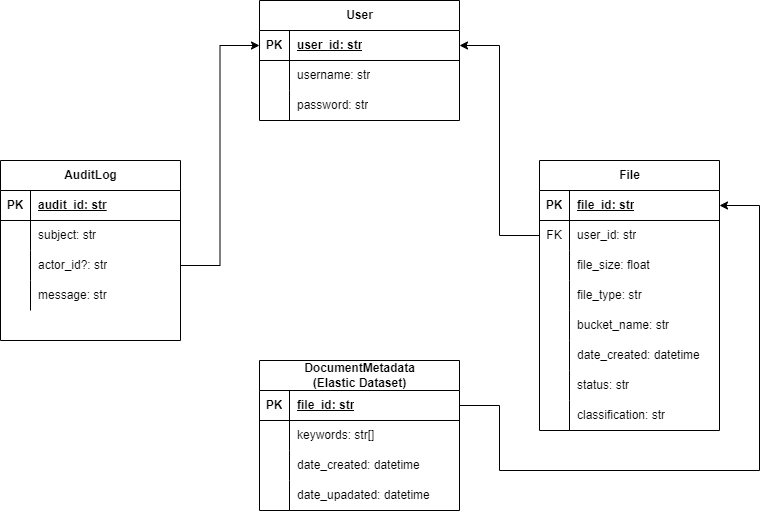
Earlier version of the draw.io export database_entities.png (Basem98/docusecure). Source tidied: cells renumbered, new cells last; positions are measured from the earlier drawing's top-left corner, leaving out a move shared by most shapes.
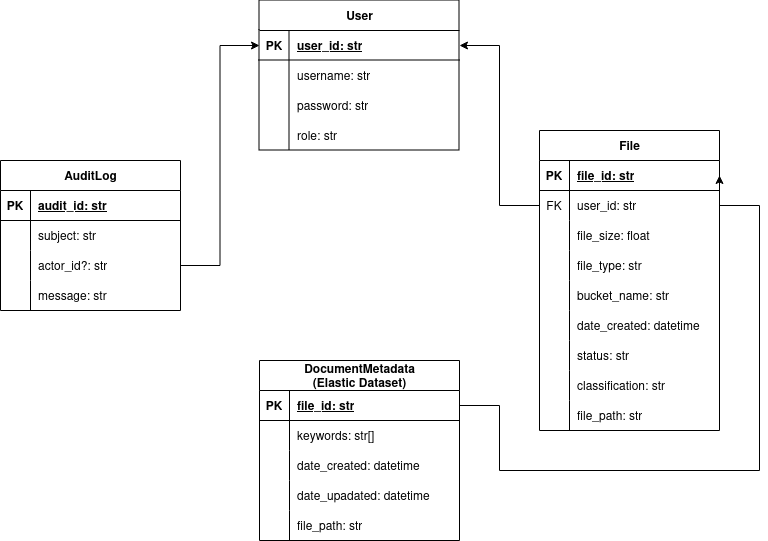
The same file after the commit.

Commit message:
docs: Update database entities design

The edit, as a diff of the source:
```diff
@@ -3,7 +3,7 @@
     <mxCell id="0" />
     <mxCell id="1" parent="0" />
     <mxCell id="2" value="User" style="shape=table;startSize=30;rowLines=0;fontStyle=1;align=center;html=1;" parent="1" vertex="1">
-      <mxGeometry x="259" width="200" height="120" as="geometry" />
+      <mxGeometry x="259" width="200" height="150" as="geometry" />
     </mxCell>
     <mxCell id="3" style="shape=tableRow;horizontal=0;startSize=0;swimlaneHead=0;swimlaneBody=0;fillColor=none;points=[[0,0.5],[1,0.5]];portConstraint=eastwest;top=0;left=0;right=0;bottom=1;" parent="2" vertex="1">
       <mxGeometry y="30" width="200" height="30" as="geometry" />
@@ -32,8 +32,17 @@
     <mxCell id="11" value="password: str" style="shape=partialRectangle;fillColor=none;top=0;left=0;bottom=0;right=0;align=left;spacingLeft=6;overflow=hidden;whiteSpace=wrap;html=1;" parent="9" vertex="1">
       <mxGeometry x="30" width="170" height="30" as="geometry" />
     </mxCell>
+    <mxCell id="66" style="shape=tableRow;horizontal=0;startSize=0;swimlaneHead=0;swimlaneBody=0;fillColor=none;top=0;left=0;right=0;bottom=0;" parent="2" vertex="1">
+      <mxGeometry y="120" width="200" height="30" as="geometry" />
+    </mxCell>
+    <mxCell id="67" style="shape=partialRectangle;fillColor=none;top=0;left=0;bottom=0;right=0;overflow=hidden;whiteSpace=wrap;html=1;" parent="66" vertex="1">
+      <mxGeometry width="30" height="30" as="geometry" />
+    </mxCell>
+    <mxCell id="68" value="role: str" style="shape=partialRectangle;fillColor=none;top=0;left=0;bottom=0;right=0;align=left;spacingLeft=6;overflow=hidden;whiteSpace=wrap;html=1;" parent="66" vertex="1">
+      <mxGeometry x="30" width="170" height="30" as="geometry" />
+    </mxCell>
     <mxCell id="12" value="File" style="shape=table;startSize=30;rowLines=0;fontStyle=1;align=center;html=1;" parent="1" vertex="1">
-      <mxGeometry x="539" y="160" width="180" height="270" as="geometry" />
+      <mxGeometry x="539" y="130" width="180" height="300" as="geometry" />
     </mxCell>
     <mxCell id="13" style="shape=tableRow;horizontal=0;startSize=0;swimlaneHead=0;swimlaneBody=0;fillColor=none;points=[[0,0.5],[1,0.5]];portConstraint=eastwest;top=0;left=0;right=0;bottom=1;" parent="12" vertex="1">
       <mxGeometry y="30" width="180" height="30" as="geometry" />
@@ -107,11 +116,20 @@
     <mxCell id="36" value="classification: str" style="shape=partialRectangle;fillColor=none;top=0;left=0;bottom=0;right=0;align=left;spacingLeft=6;overflow=hidden;whiteSpace=wrap;html=1;" parent="34" vertex="1">
       <mxGeometry x="30" width="150" height="30" as="geometry" />
     </mxCell>
+    <mxCell id="69" style="shape=tableRow;horizontal=0;startSize=0;swimlaneHead=0;swimlaneBody=0;fillColor=none;top=0;left=0;right=0;bottom=0;" parent="12" vertex="1">
+      <mxGeometry y="270" width="180" height="30" as="geometry" />
+    </mxCell>
+    <mxCell id="70" style="shape=partialRectangle;fillColor=none;top=0;left=0;bottom=0;right=0;overflow=hidden;whiteSpace=wrap;html=1;" parent="69" vertex="1">
+      <mxGeometry width="30" height="30" as="geometry" />
+    </mxCell>
+    <mxCell id="71" value="file_path: str" style="shape=partialRectangle;fillColor=none;top=0;left=0;bottom=0;right=0;align=left;spacingLeft=6;overflow=hidden;whiteSpace=wrap;html=1;" parent="69" vertex="1">
+      <mxGeometry x="30" width="150" height="30" as="geometry" />
+    </mxCell>
     <mxCell id="37" style="edgeStyle=orthogonalEdgeStyle;rounded=0;jettySize=auto;html=1;exitX=0;exitY=0.5;exitDx=0;exitDy=0;entryX=1;entryY=0.5;entryDx=0;entryDy=0;" parent="1" edge="1" source="16" target="3">
       <mxGeometry relative="1" as="geometry" />
     </mxCell>
     <mxCell id="38" value="AuditLog" style="shape=table;startSize=30;rowLines=0;fontStyle=1;align=center;html=1;" parent="1" vertex="1">
-      <mxGeometry y="160" width="180" height="180" as="geometry" />
+      <mxGeometry y="160" width="180" height="150" as="geometry" />
     </mxCell>
     <mxCell id="39" style="shape=tableRow;horizontal=0;startSize=0;swimlaneHead=0;swimlaneBody=0;fillColor=none;top=0;left=0;right=0;bottom=1;" parent="38" vertex="1">
       <mxGeometry y="30" width="180" height="30" as="geometry" />
@@ -153,7 +171,7 @@
       <mxGeometry relative="1" as="geometry" />
     </mxCell>
     <mxCell id="52" value="DocumentMetadata&lt;div&gt;(Elastic Dataset)&lt;/div&gt;" style="shape=table;startSize=30;rowLines=0;fontStyle=1;align=center;html=1;" parent="1" vertex="1">
-      <mxGeometry x="259" y="360" width="200" height="150" as="geometry" />
+      <mxGeometry x="259" y="360" width="200" height="180" as="geometry" />
     </mxCell>
     <mxCell id="53" style="shape=tableRow;horizontal=0;startSize=0;swimlaneHead=0;swimlaneBody=0;fillColor=none;points=[[0,0.5],[1,0.5]];portConstraint=eastwest;top=0;left=0;right=0;bottom=1;" parent="52" vertex="1">
       <mxGeometry y="30" width="200" height="30" as="geometry" />
@@ -191,6 +209,15 @@
     <mxCell id="64" value="date_upadated: datetime" style="shape=partialRectangle;fillColor=none;top=0;left=0;bottom=0;right=0;align=left;spacingLeft=6;overflow=hidden;whiteSpace=wrap;html=1;" parent="62" vertex="1">
       <mxGeometry x="30" width="170" height="30" as="geometry" />
     </mxCell>
+    <mxCell id="72" style="shape=tableRow;horizontal=0;startSize=0;swimlaneHead=0;swimlaneBody=0;fillColor=none;top=0;left=0;right=0;bottom=0;" parent="52" vertex="1">
+      <mxGeometry y="150" width="200" height="30" as="geometry" />
+    </mxCell>
+    <mxCell id="73" style="shape=partialRectangle;fillColor=none;top=0;left=0;bottom=0;right=0;overflow=hidden;whiteSpace=wrap;html=1;" parent="72" vertex="1">
+      <mxGeometry width="30" height="30" as="geometry" />
+    </mxCell>
+    <mxCell id="74" value="file_path: str" style="shape=partialRectangle;fillColor=none;top=0;left=0;bottom=0;right=0;align=left;spacingLeft=6;overflow=hidden;whiteSpace=wrap;html=1;" parent="72" vertex="1">
+      <mxGeometry x="30" width="170" height="30" as="geometry" />
+    </mxCell>
     <mxCell id="65" style="edgeStyle=orthogonalEdgeStyle;rounded=0;jettySize=auto;html=1;exitX=1;exitY=0.5;exitDx=0;exitDy=0;entryX=1;entryY=0.5;entryDx=0;entryDy=0;" parent="1" edge="1" source="53" target="13">
       <mxGeometry relative="1" as="geometry">
         <Array as="points">
```
